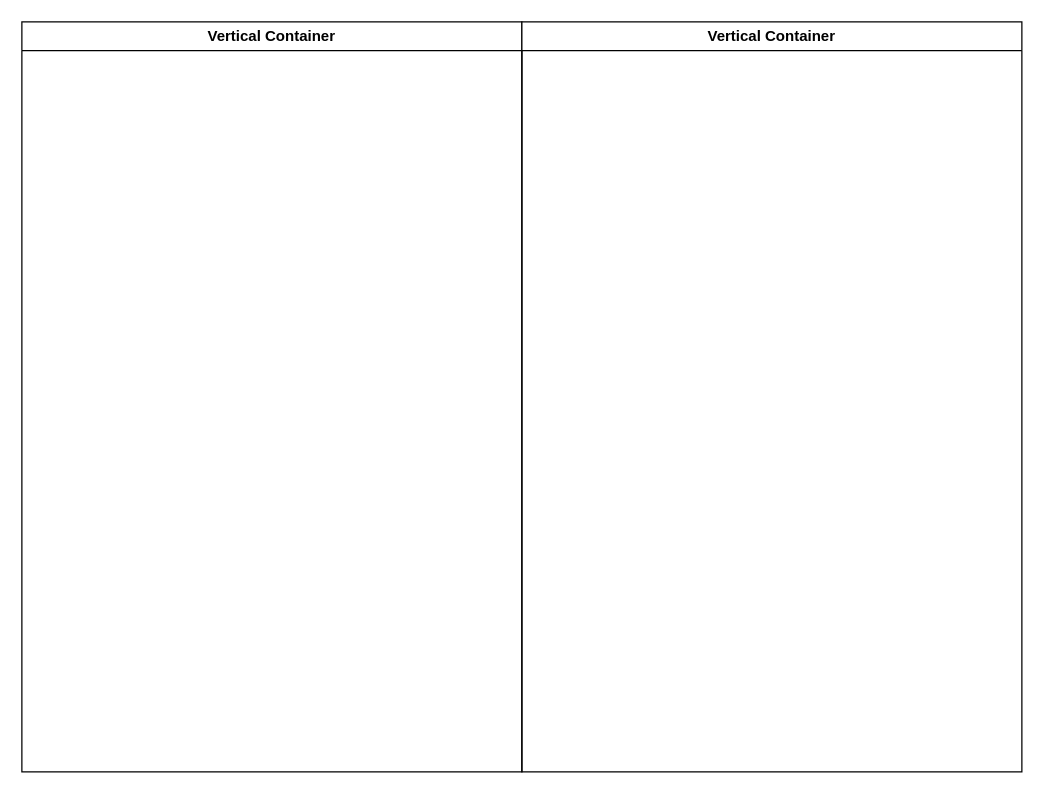
Before: page "Trang-2" (2 of 2) of Biểu đồ không có tiêu đề.drawio in V13tthnh/To-do-list-ReactJS, a draw.io diagram. Source tidied: cells renumbered, new cells numbered last; positions are measured from the earlier drawing's top-left corner, leaving out a move shared by most shapes. Both pictures are drawn from the tidied source at 125%, with x=0, y=0 at pixel (21, 21).
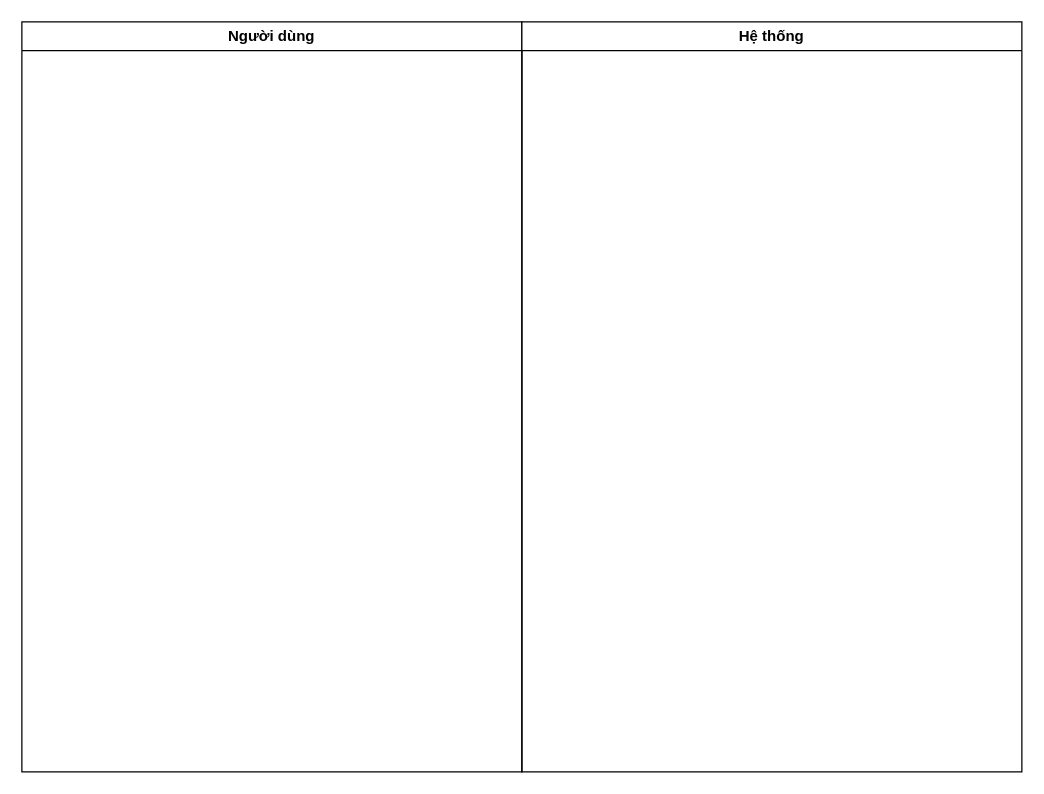
The same diagram, later.

Diff of the diagram source:
```diff
@@
 <mxGraphModel>
   <root>
     <mxCell id="0" />
     <mxCell id="1" parent="0" />
-    <mxCell id="2" value="Vertical Container" style="swimlane;whiteSpace=wrap;html=1;" parent="1" vertex="1">
+    <mxCell id="2" value="Người dùng" style="swimlane;whiteSpace=wrap;html=1;" parent="1" vertex="1">
       <mxGeometry width="400" height="600" as="geometry" />
     </mxCell>
-    <mxCell id="3" value="Vertical Container" style="swimlane;whiteSpace=wrap;html=1;" parent="1" vertex="1">
+    <mxCell id="3" value="Hệ thống" style="swimlane;whiteSpace=wrap;html=1;" parent="1" vertex="1">
       <mxGeometry x="400" width="400" height="600" as="geometry" />
     </mxCell>
   </root>
 </mxGraphModel>
```
